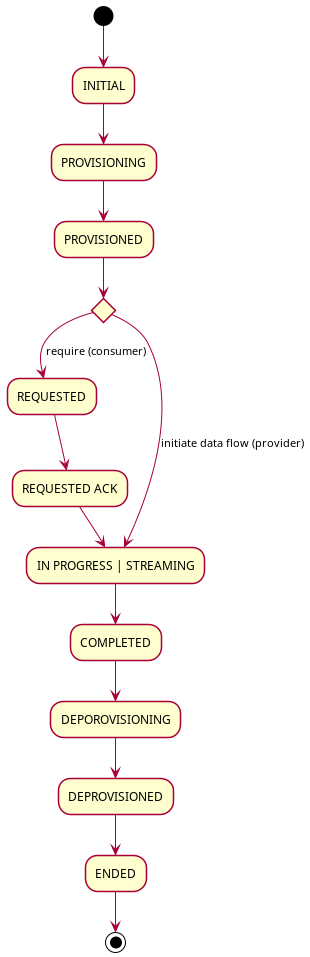
Above: docs/diagrams/transfer-states.png in eclipse-edc/Connector (PlantUML), before the change. Its diagram source:
```plantuml
@startuml

skinParam NoteBackgroundColor WhiteSmoke
skinParam NoteFontColor Black
skinParam ParticipantBackgroundColor WhiteSmoke
skinParam ActorBackgroundColor WhiteSmoke
skinParam AgentBackgroundColor White
skinParam AgentBorderColor SkyBlue
skinparam shadowing false

(*) --> INITIAL
--> PROVISIONING
--> PROVISIONED
if "" then
    --> [require (consumer)] REQUESTED
    --> REQUESTED ACK
    --> IN PROGRESS | STREAMING
else
    --> [initiate data flow (provider)] IN PROGRESS | STREAMING
--> COMPLETED
--> DEPOROVISIONING
--> DEPROVISIONED
--> ENDED
--> (*)

@enduml
```
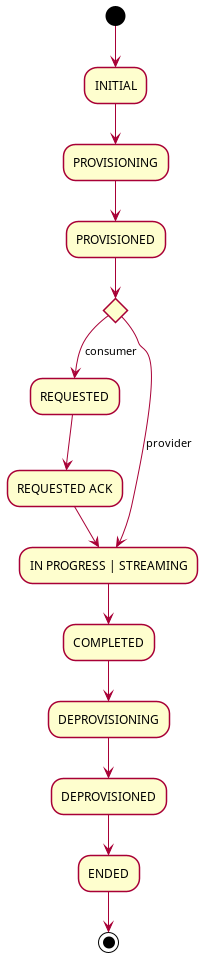
After the commit.

Diff of the diagram source:
```diff
@@ -12,13 +12,13 @@
 --> PROVISIONING
 --> PROVISIONED
 if "" then
-    --> [require (consumer)] REQUESTED
+    --> [consumer] REQUESTED
     --> REQUESTED ACK
     --> IN PROGRESS | STREAMING
 else
-    --> [initiate data flow (provider)] IN PROGRESS | STREAMING
+    --> [provider] IN PROGRESS | STREAMING
 --> COMPLETED
---> DEPOROVISIONING
+--> DEPROVISIONING
 --> DEPROVISIONED
 --> ENDED
 --> (*)
```
